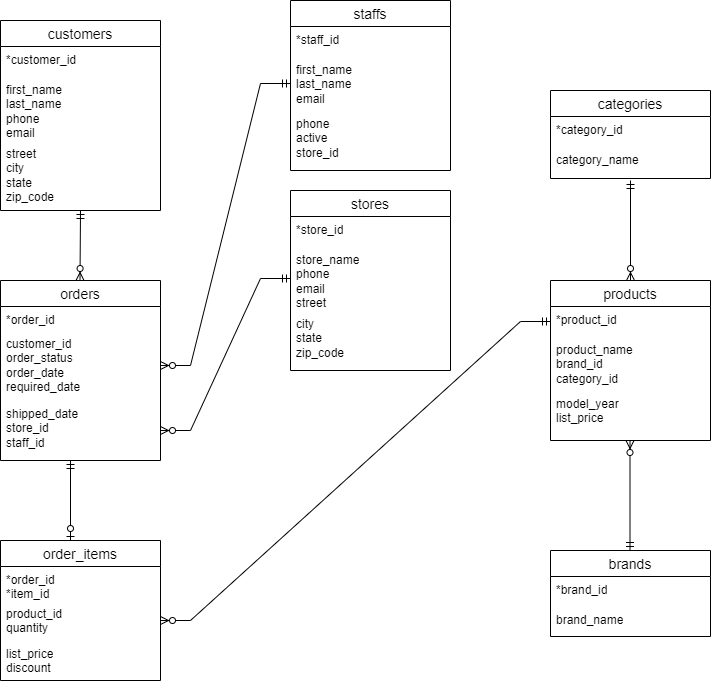
Above: ERD.png in Tousif30/BikeStoreAnalysis (draw.io), before the change. Source tidied: cells renumbered, new cells last; positions are measured from the earlier drawing's top-left corner, leaving out a move shared by most shapes.
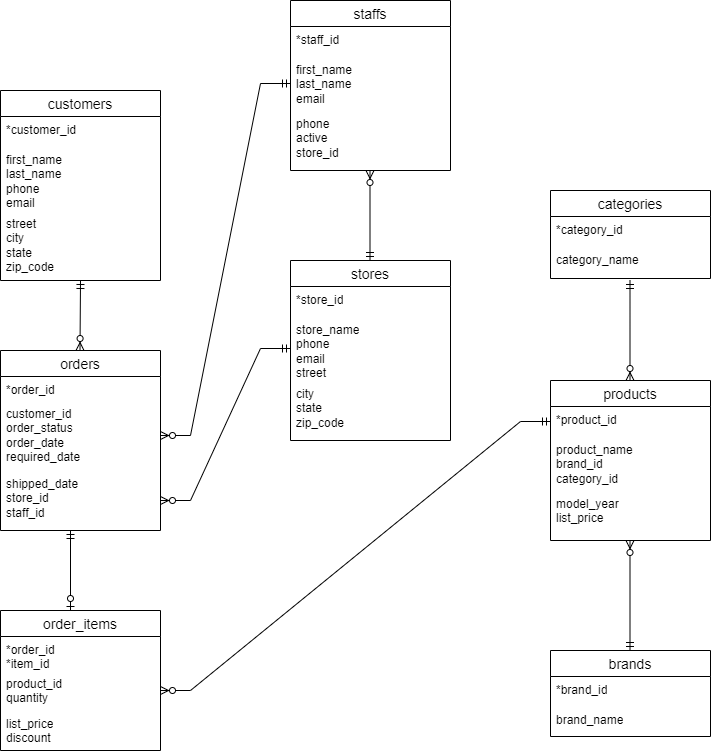
Above is the later version.

What changed in the source:
```diff
@@ -39,7 +39,7 @@
       <mxGeometry y="100" width="160" height="40" as="geometry" />
     </mxCell>
     <mxCell id="14" value="products" style="swimlane;fontStyle=0;horizontal=1;startSize=26;align=center;fontSize=14;" parent="1" vertex="1">
-      <mxGeometry x="550" y="280" width="160" height="160" as="geometry" />
+      <mxGeometry x="550" y="310" width="160" height="160" as="geometry" />
     </mxCell>
     <mxCell id="15" value="*product_id" style="text;strokeColor=none;fillColor=none;spacingLeft=4;spacingRight=4;overflow=hidden;points=[[0,0.5],[1,0.5]];portConstraint=eastwest;fontSize=12;whiteSpace=wrap;html=1;" parent="14" vertex="1">
       <mxGeometry y="26" width="160" height="30" as="geometry" />
@@ -51,7 +51,7 @@
       <mxGeometry y="110" width="160" height="50" as="geometry" />
     </mxCell>
     <mxCell id="18" value="brands" style="swimlane;fontStyle=0;horizontal=1;startSize=26;align=center;fontSize=14;" parent="1" vertex="1">
-      <mxGeometry x="550" y="550" width="160" height="86" as="geometry" />
+      <mxGeometry x="550" y="580" width="160" height="86" as="geometry" />
     </mxCell>
     <mxCell id="19" value="*brand_id" style="text;strokeColor=none;fillColor=none;spacingLeft=4;spacingRight=4;overflow=hidden;fontSize=12;whiteSpace=wrap;html=1;" parent="18" vertex="1">
       <mxGeometry y="26" width="160" height="30" as="geometry" />
@@ -60,7 +60,7 @@
       <mxGeometry y="56" width="160" height="30" as="geometry" />
     </mxCell>
     <mxCell id="21" value="categories" style="swimlane;fontStyle=0;horizontal=1;startSize=26;align=center;fontSize=14;" parent="1" vertex="1">
-      <mxGeometry x="550" y="90" width="160" height="88" as="geometry" />
+      <mxGeometry x="550" y="120" width="160" height="88" as="geometry" />
     </mxCell>
     <mxCell id="22" value="*category_id" style="text;strokeColor=none;fillColor=none;spacingLeft=4;spacingRight=4;overflow=hidden;fontSize=12;whiteSpace=wrap;html=1;" parent="21" vertex="1">
       <mxGeometry y="26" width="160" height="30" as="geometry" />
@@ -84,7 +84,7 @@
       <mxGeometry y="120" width="160" height="70" as="geometry" />
     </mxCell>
     <mxCell id="29" value="staffs" style="swimlane;fontStyle=0;horizontal=1;startSize=26;align=center;fontSize=14;" parent="1" vertex="1">
-      <mxGeometry x="290" width="160" height="170" as="geometry" />
+      <mxGeometry x="290" y="-70" width="160" height="170" as="geometry" />
     </mxCell>
     <mxCell id="30" value="*staff_id" style="text;strokeColor=none;fillColor=none;spacingLeft=4;spacingRight=4;overflow=hidden;fontSize=12;whiteSpace=wrap;html=1;" parent="29" vertex="1">
       <mxGeometry y="26" width="160" height="30" as="geometry" />
@@ -118,15 +118,21 @@
     </mxCell>
     <mxCell id="38" style="fontSize=12;html=1;endArrow=ERzeroToMany;startArrow=ERmandOne;rounded=0;" parent="1" edge="1">
       <mxGeometry relative="1" as="geometry">
-        <mxPoint x="629.5" y="550" as="sourcePoint" />
-        <mxPoint x="629.5" y="440" as="targetPoint" />
+        <mxPoint x="629.5" y="580" as="sourcePoint" />
+        <mxPoint x="629.5" y="470" as="targetPoint" />
       </mxGeometry>
     </mxCell>
     <mxCell id="39" style="fontSize=12;html=1;endArrow=ERzeroToMany;startArrow=ERmandOne;rounded=0;" parent="1" edge="1">
       <mxGeometry relative="1" as="geometry">
-        <mxPoint x="630" y="180" as="sourcePoint" />
-        <mxPoint x="630" y="280" as="targetPoint" />
+        <mxPoint x="629.5" y="210" as="sourcePoint" />
+        <mxPoint x="629.5" y="310" as="targetPoint" />
       </mxGeometry>
     </mxCell>
+    <mxCell id="40" style="fontSize=12;html=1;endArrow=ERzeroToMany;startArrow=ERmandOne;rounded=0;" parent="1" edge="1">
+      <mxGeometry relative="1" as="geometry">
+        <mxPoint x="369.5" y="190" as="sourcePoint" />
+        <mxPoint x="369.5" y="100" as="targetPoint" />
+      </mxGeometry>
+    </mxCell>
   </root>
 </mxGraphModel>
```
